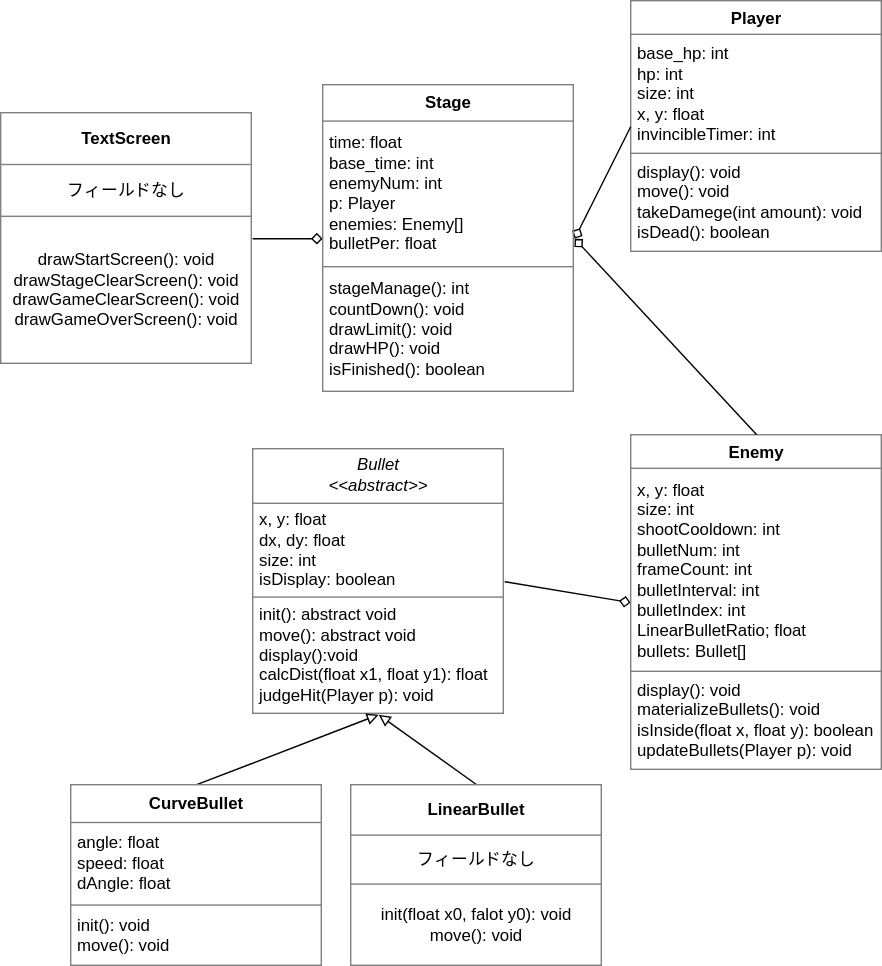
The draw.io diagram oop_report/uml.drawio.svg in judz218/oop, before a commit. Source tidied: cells renumbered, new cells last; positions are measured from the earlier drawing's top-left corner, leaving out a move shared by most shapes.
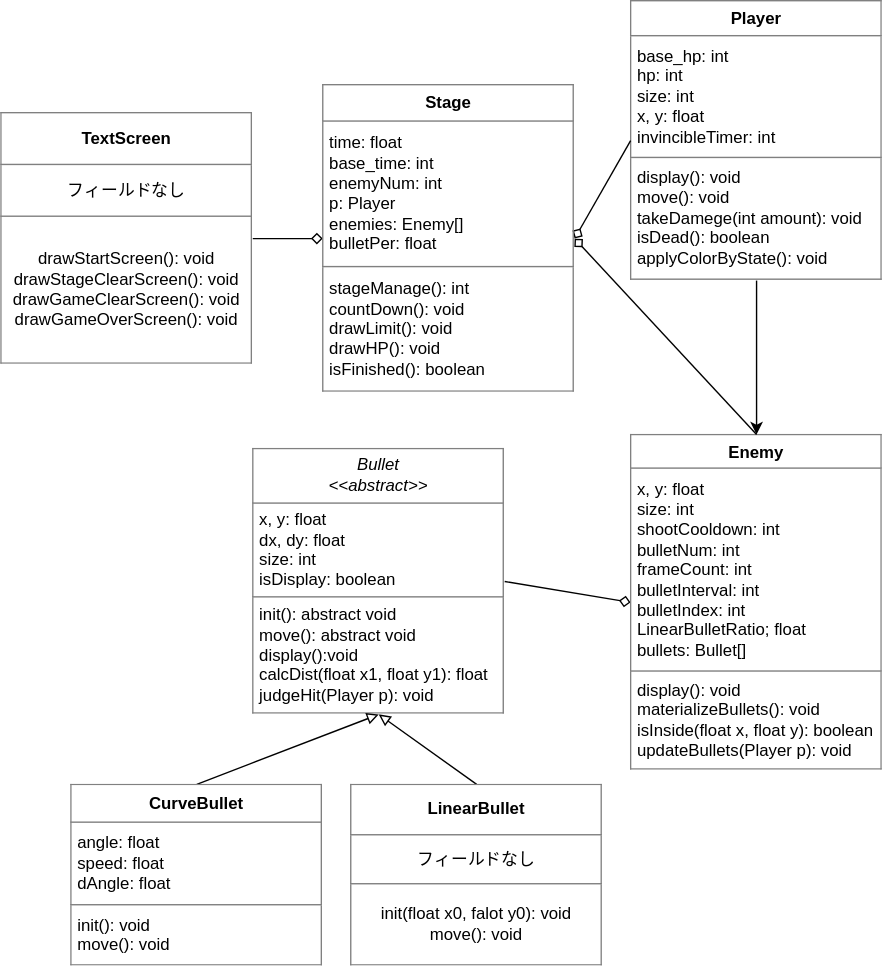
After the commit.

Commit message:
applyColorByStateメソッド追加

Change to the diagram source:
```diff
@@ -17,8 +17,11 @@
     <mxCell id="6" value="&lt;table border=&quot;1&quot; width=&quot;100%&quot; height=&quot;100%&quot; cellpadding=&quot;4&quot; style=&quot;width:100%;height:100%;border-collapse:collapse;&quot;&gt;&lt;tbody&gt;&lt;tr&gt;&lt;th align=&quot;center&quot;&gt;Enemy&lt;/th&gt;&lt;/tr&gt;&lt;tr&gt;&lt;td&gt;x, y: float&lt;br&gt;size: int&lt;br&gt;shootCooldown: int&lt;br&gt;bulletNum: int&lt;br&gt;frameCount: int&lt;br&gt;bulletInterval: int&lt;br&gt;bulletIndex: int&lt;br&gt;LinearBulletRatio; float&lt;br&gt;bullets: Bullet[]&lt;/td&gt;&lt;/tr&gt;&lt;tr&gt;&lt;td&gt;display(): void&lt;br&gt;materializeBullets(): void&lt;br&gt;isInside(float x, float y): boolean&lt;br&gt;updateBullets(Player p): void&lt;/td&gt;&lt;/tr&gt;&lt;/tbody&gt;&lt;/table&gt;" style="text;html=1;whiteSpace=wrap;strokeColor=none;fillColor=none;overflow=fill;" parent="1" vertex="1">
       <mxGeometry x="450" y="310" width="180" height="240" as="geometry" />
     </mxCell>
+    <mxCell id="15" style="edgeStyle=none;html=1;" parent="1" edge="1" source="7" target="6">
+      <mxGeometry relative="1" as="geometry" />
+    </mxCell>
-    <mxCell id="7" value="&lt;table border=&quot;1&quot; width=&quot;100%&quot; height=&quot;100%&quot; cellpadding=&quot;4&quot; style=&quot;width:100%;height:100%;border-collapse:collapse;&quot;&gt;&lt;tbody&gt;&lt;tr&gt;&lt;th align=&quot;center&quot;&gt;Player&lt;br&gt;&lt;/th&gt;&lt;/tr&gt;&lt;tr&gt;&lt;td&gt;base_hp: int&lt;br&gt;hp: int&lt;br&gt;size: int&lt;br&gt;x, y: float&lt;br&gt;invincibleTimer: int&lt;/td&gt;&lt;/tr&gt;&lt;tr&gt;&lt;td&gt;display(): void&lt;br&gt;move(): void&lt;br&gt;takeDamege(int amount): void&lt;br&gt;isDead(): boolean&lt;/td&gt;&lt;/tr&gt;&lt;/tbody&gt;&lt;/table&gt;" style="text;html=1;whiteSpace=wrap;strokeColor=none;fillColor=none;overflow=fill;" parent="1" vertex="1">
-      <mxGeometry x="450" width="180" height="180" as="geometry" />
+    <mxCell id="7" value="&lt;table border=&quot;1&quot; width=&quot;100%&quot; height=&quot;100%&quot; cellpadding=&quot;4&quot; style=&quot;width:100%;height:100%;border-collapse:collapse;&quot;&gt;&lt;tbody&gt;&lt;tr&gt;&lt;th align=&quot;center&quot;&gt;Player&lt;br&gt;&lt;/th&gt;&lt;/tr&gt;&lt;tr&gt;&lt;td&gt;base_hp: int&lt;br&gt;hp: int&lt;br&gt;size: int&lt;br&gt;x, y: float&lt;br&gt;invincibleTimer: int&lt;/td&gt;&lt;/tr&gt;&lt;tr&gt;&lt;td&gt;display(): void&lt;br&gt;move(): void&lt;br&gt;takeDamege(int amount): void&lt;br&gt;isDead(): boolean&lt;br&gt;applyColorByState(): void&lt;/td&gt;&lt;/tr&gt;&lt;/tbody&gt;&lt;/table&gt;" style="text;html=1;whiteSpace=wrap;strokeColor=none;fillColor=none;overflow=fill;" parent="1" vertex="1">
+      <mxGeometry x="450" width="180" height="200" as="geometry" />
     </mxCell>
     <mxCell id="8" style="edgeStyle=none;html=1;exitX=1;exitY=0.5;exitDx=0;exitDy=0;entryX=0.5;entryY=0;entryDx=0;entryDy=0;startArrow=diamond;startFill=0;endArrow=none;endFill=0;" parent="1" edge="1" source="11" target="6">
       <mxGeometry relative="1" as="geometry" />
```
